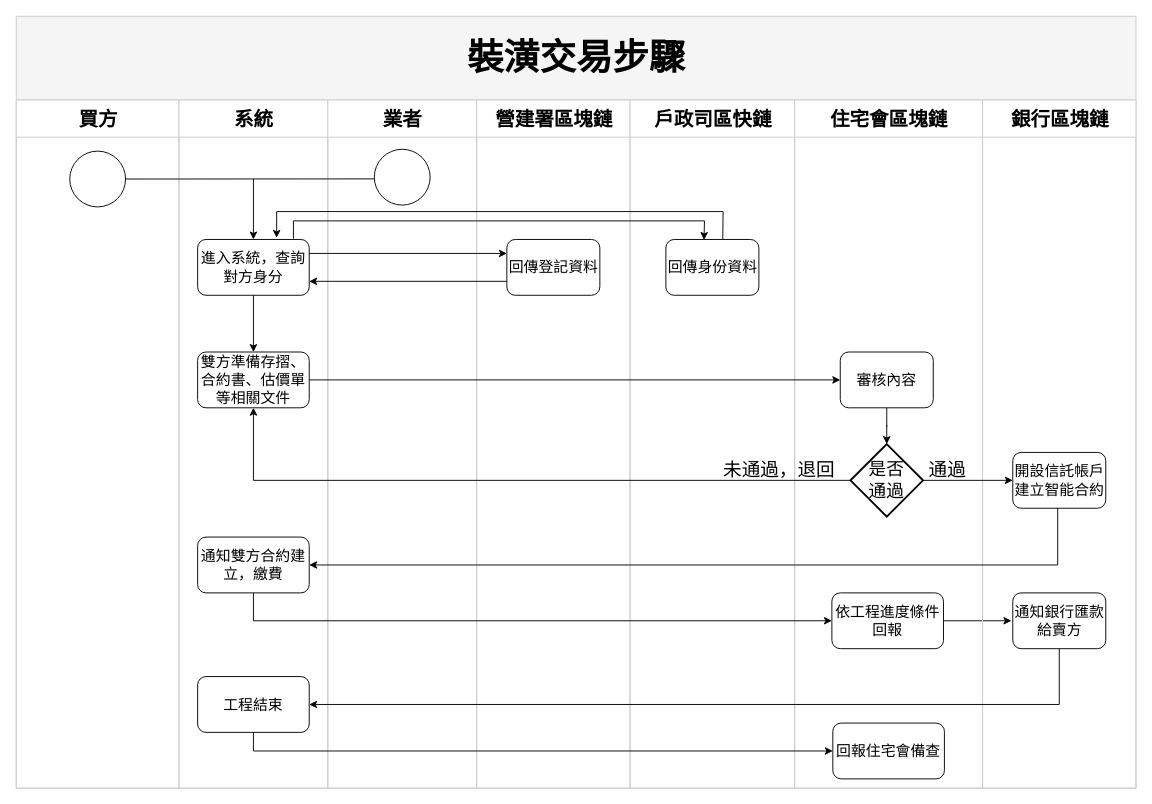
Before: images/未命名绘图.drawio in woodyyu111/Introducemyself, a draw.io diagram. Source tidied: cells renumbered, new cells numbered last; positions are measured from the earlier drawing's top-left corner, leaving out a move shared by most shapes. Both pictures are drawn from the tidied source at 93%, with x=0, y=0 at pixel (16, 16).
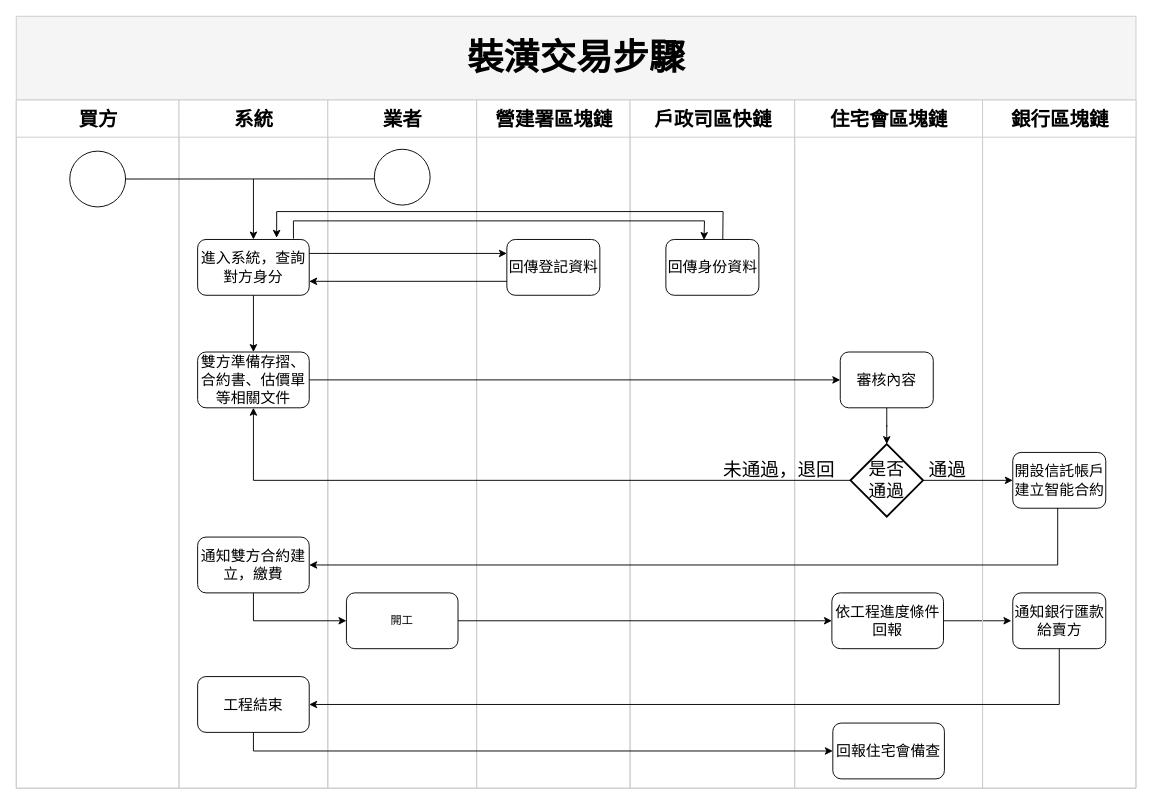
After the change.

Commit message:
更新未命名绘图.drawio

Unchanged cells that the change refers to:
```xml
<mxCell id="2" value="&lt;font color=&quot;#000000&quot; style=&quot;font-size: 39px;&quot;&gt;裝潢交易步驟&lt;/font&gt;" style="swimlane;html=1;startSize=90;rounded=0;shadow=0;labelBackgroundColor=none;strokeWidth=1;fontFamily=Verdana;fontSize=8;align=center;fillColor=#f5f5f5;fontColor=#333333;strokeColor=#CCCCCC;" parent="1" vertex="1">
  <mxGeometry width="1204" height="830" as="geometry" />
</mxCell>
<mxCell id="9" value="&lt;span style=&quot;font-size: 16px;&quot;&gt;通知雙方合約建立，繳費&lt;br&gt;&lt;/span&gt;" style="rounded=1;whiteSpace=wrap;html=1;shadow=0;labelBackgroundColor=none;strokeWidth=1;fontFamily=Verdana;fontSize=8;align=center;" parent="5" vertex="1">
  <mxGeometry x="20" y="470" width="120" height="60" as="geometry" />
</mxCell>
<mxCell id="11" value="&lt;font style=&quot;font-size: 21px;&quot;&gt;業者&lt;/font&gt;" style="swimlane;html=1;startSize=40;strokeColor=#CCCCCC;" parent="2" vertex="1">
  <mxGeometry x="335" y="90" width="160" height="740" as="geometry" />
</mxCell>
<mxCell id="23" value="&lt;span style=&quot;font-size: 16px;&quot;&gt;依工程進度條件回報&lt;/span&gt;" style="rounded=1;whiteSpace=wrap;html=1;shadow=0;labelBackgroundColor=none;strokeWidth=1;fontFamily=Verdana;fontSize=8;align=center;" parent="18" vertex="1">
  <mxGeometry x="40" y="530" width="120" height="60" as="geometry" />
</mxCell>
```

Change to the diagram source:
```diff
@@
+    <mxCell id="42" value="開工" style="rounded=1;whiteSpace=wrap;html=1;" parent="11" vertex="1">
+      <mxGeometry x="20" y="530" width="120" height="60" as="geometry" />
+    </mxCell>
@@
-    <mxCell id="35" style="edgeStyle=orthogonalEdgeStyle;rounded=0;jettySize=auto;html=1;entryX=0;entryY=0.5;entryDx=0;entryDy=0;" parent="2" edge="1" source="9" target="23">
-      <mxGeometry relative="1" as="geometry">
-        <Array as="points">
-          <mxPoint x="255" y="580" />
-        </Array>
-      </mxGeometry>
-    </mxCell>
@@
+    <mxCell id="43" style="endArrow=classic;html=1;rounded=0;entryX=0;entryY=0.5;entryDx=0;entryDy=0;exitX=0.5;exitY=1;exitDx=0;exitDy=0;" parent="2" edge="1" source="9" target="42">
+      <mxGeometry relative="1" as="geometry">
+        <Array as="points">
+          <mxPoint x="255" y="650" />
+        </Array>
+      </mxGeometry>
+    </mxCell>
+    <mxCell id="44" style="endArrow=classic;html=1;rounded=0;entryX=0;entryY=0.5;entryDx=0;entryDy=0;exitX=1;exitY=0.5;exitDx=0;exitDy=0;" parent="2" edge="1" source="42" target="23">
+      <mxGeometry relative="1" as="geometry" />
+    </mxCell>
```
